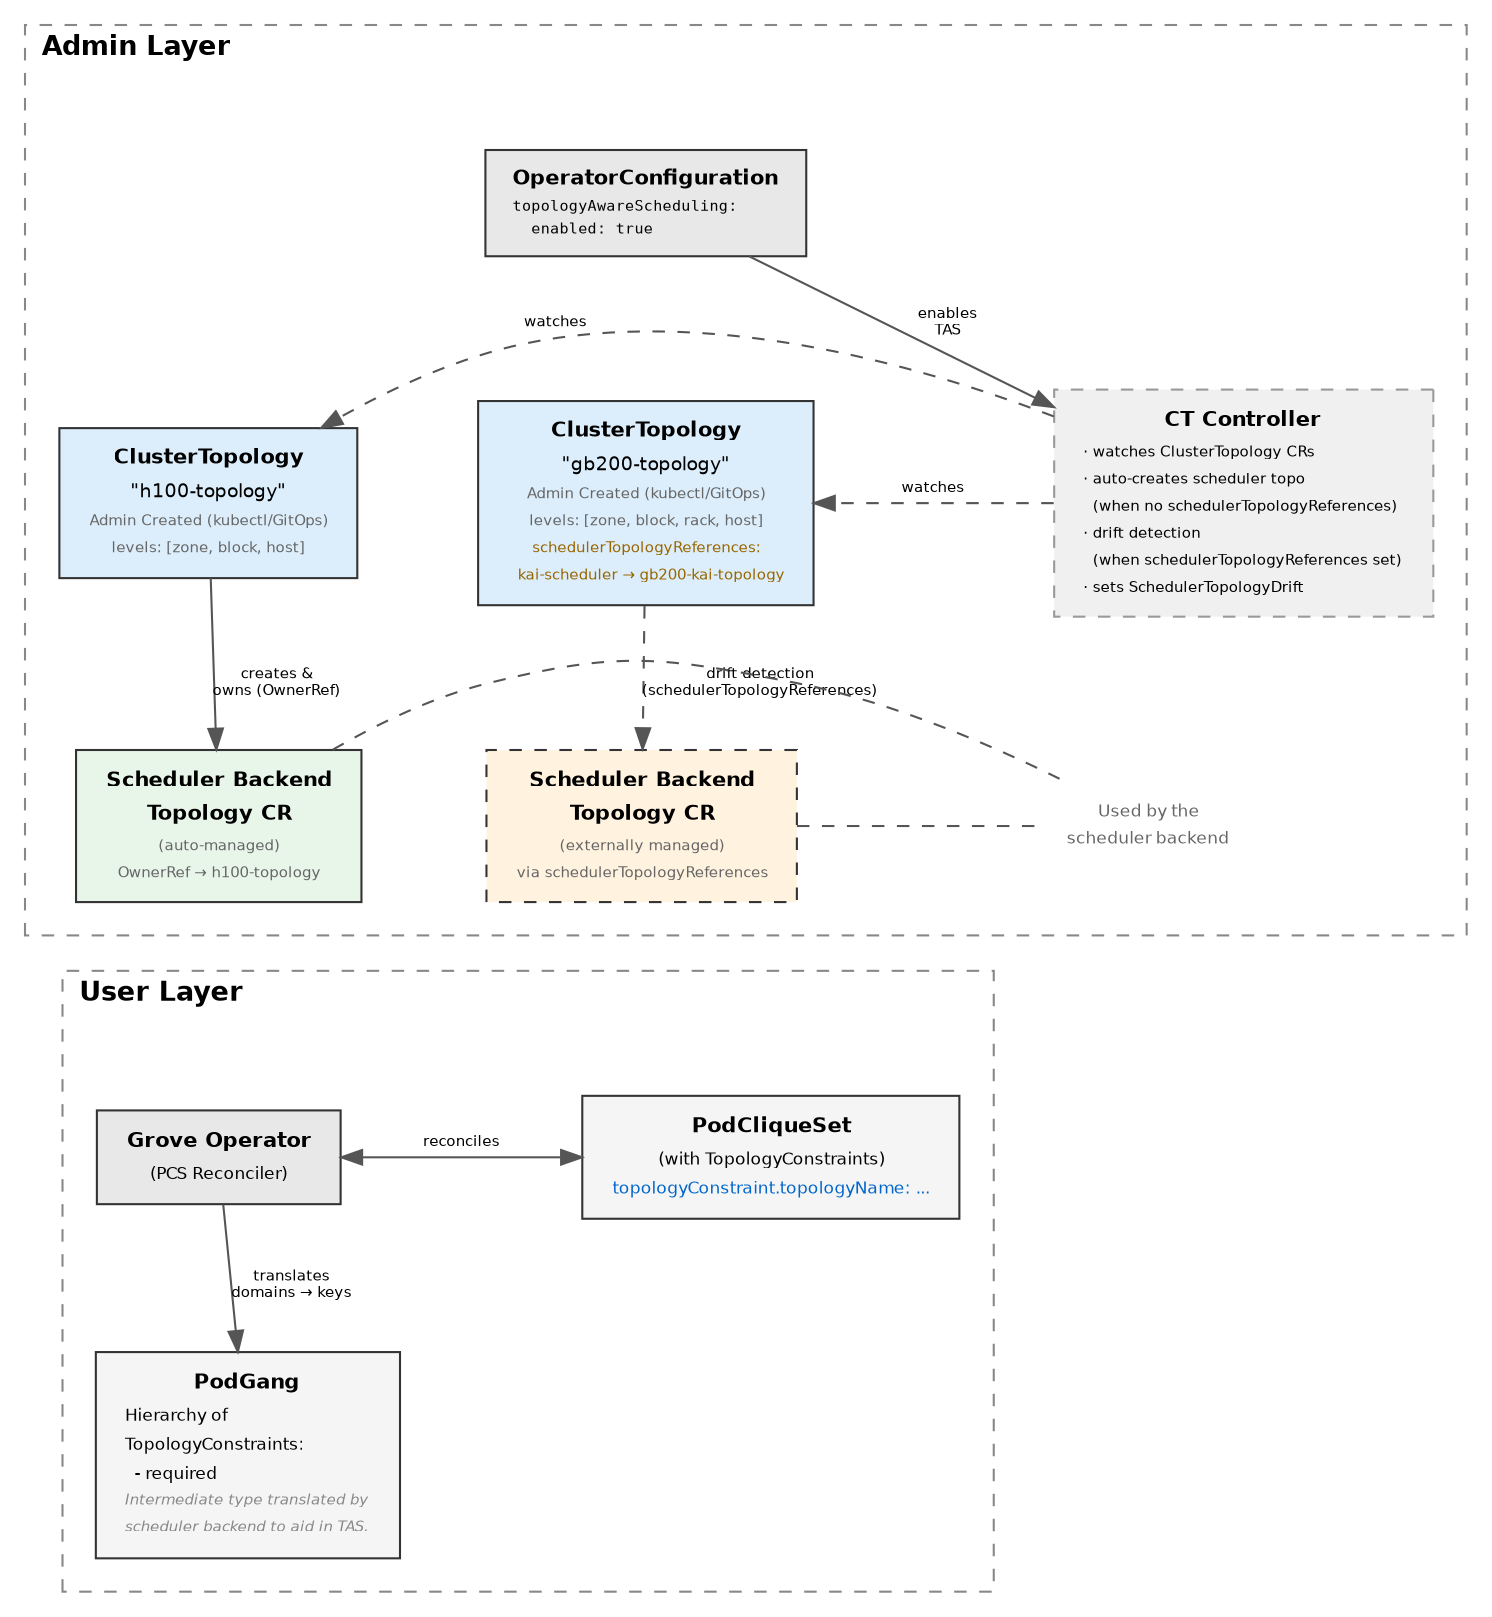
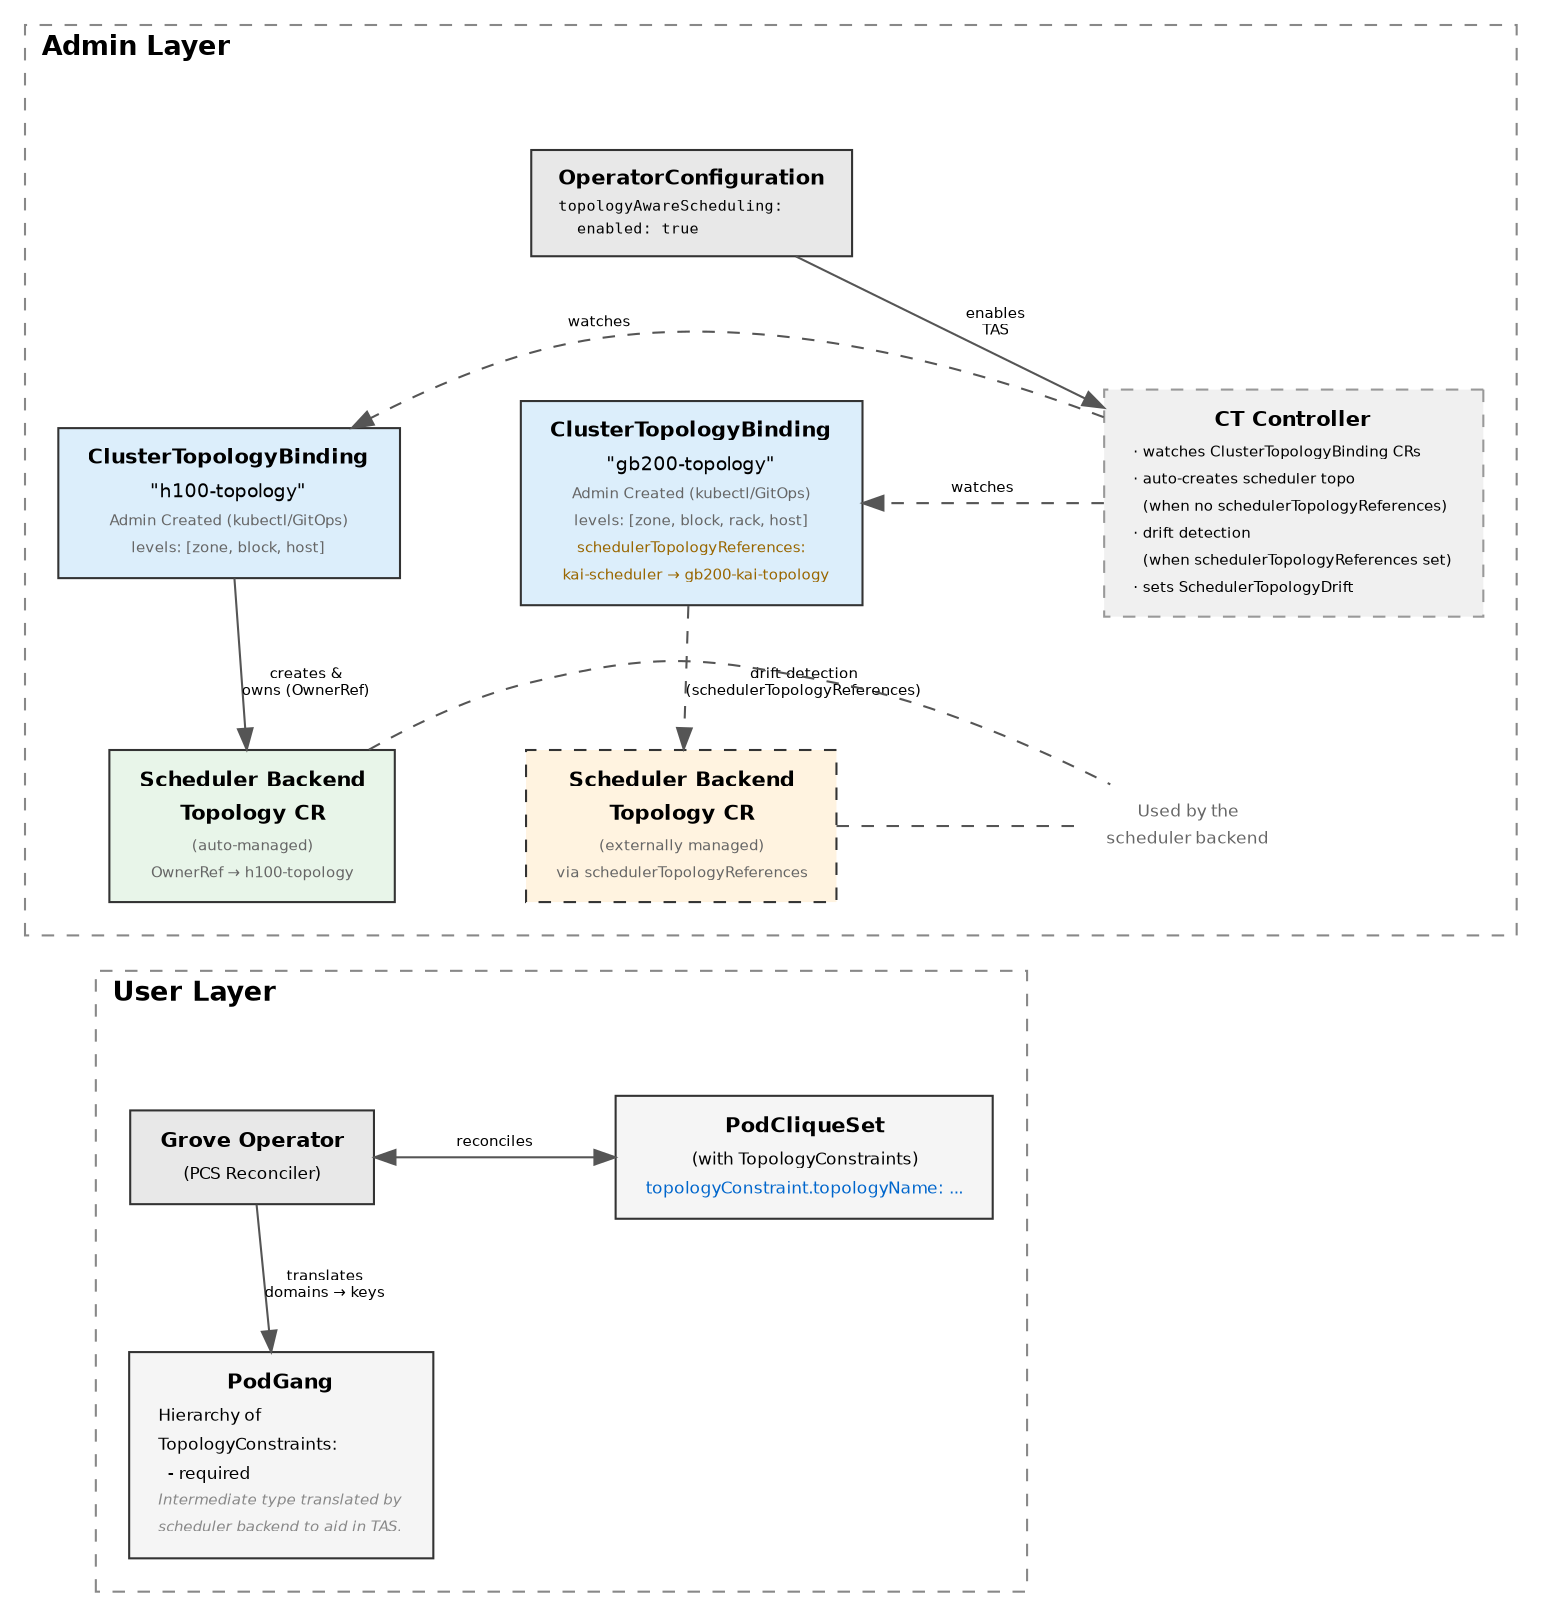
digraph TASArchitecture {
    // Global settings
    rankdir=TB;
    fontname="Helvetica";
    fontsize=11;
    node [fontname="Helvetica", fontsize=10, shape=box, style="filled", fillcolor="#f5f5f5", color="#333333", margin="0.15,0.1"];
    edge [fontname="Helvetica", fontsize=7, color="#555555"];
    nodesep=0.8;
    ranksep=0.65;
    newrank=true;

    // ===== ADMIN LAYER =====
    subgraph cluster_admin {
        label="Admin Layer";
        labeljust="l";
        labelloc="t";
        fontsize=13;
        fontname="Helvetica-Bold";
        style="dashed";
        color="#888888";
        bgcolor="#ffffff";
        margin="16";

        // Row 1: OperatorConfiguration (simplified — just the TAS flag)
        opconfig [
            label=<
            <TABLE BORDER="0" CELLBORDER="0" CELLSPACING="1" CELLPADDING="1">
            <TR><TD><B>OperatorConfiguration</B></TD></TR>
            <TR><TD ALIGN="LEFT"><FONT POINT-SIZE="7.5" FACE="Courier">topologyAwareScheduling:</FONT></TD></TR>
            <TR><TD ALIGN="LEFT"><FONT POINT-SIZE="7.5" FACE="Courier">  enabled: true</FONT></TD></TR>
            </TABLE>>,
            shape=box,
            fillcolor="#e8e8e8"
        ];

        // Row 2: ClusterTopologies + CT Controller
        ct_h100 [
            label=<
            <TABLE BORDER="0" CELLBORDER="0" CELLSPACING="1" CELLPADDING="2">
-             <TR><TD><B>ClusterTopology</B></TD></TR>
+             <TR><TD><B>ClusterTopologyBinding</B></TD></TR>
            <TR><TD><FONT POINT-SIZE="9">"h100-topology"</FONT></TD></TR>
            <TR><TD><FONT POINT-SIZE="7" COLOR="#666666">Admin Created (kubectl/GitOps)</FONT></TD></TR>
            <TR><TD><FONT POINT-SIZE="7" COLOR="#666666">levels: [zone, block, host]</FONT></TD></TR>
            </TABLE>>,
            fillcolor="#dceefb"
        ];

        ct_gb200 [
            label=<
            <TABLE BORDER="0" CELLBORDER="0" CELLSPACING="1" CELLPADDING="2">
-             <TR><TD><B>ClusterTopology</B></TD></TR>
+             <TR><TD><B>ClusterTopologyBinding</B></TD></TR>
            <TR><TD><FONT POINT-SIZE="9">"gb200-topology"</FONT></TD></TR>
            <TR><TD><FONT POINT-SIZE="7" COLOR="#666666">Admin Created (kubectl/GitOps)</FONT></TD></TR>
            <TR><TD><FONT POINT-SIZE="7" COLOR="#666666">levels: [zone, block, rack, host]</FONT></TD></TR>
            <TR><TD><FONT POINT-SIZE="7" COLOR="#996600">schedulerTopologyReferences:</FONT></TD></TR>
            <TR><TD><FONT POINT-SIZE="7" COLOR="#996600">  kai-scheduler → gb200-kai-topology</FONT></TD></TR>
            </TABLE>>,
            fillcolor="#dceefb"
        ];

        ct_controller [
            label=<
            <TABLE BORDER="0" CELLBORDER="0" CELLSPACING="1" CELLPADDING="2">
            <TR><TD><B>CT Controller</B></TD></TR>
-             <TR><TD ALIGN="LEFT"><FONT POINT-SIZE="7">· watches ClusterTopology CRs</FONT></TD></TR>
+             <TR><TD ALIGN="LEFT"><FONT POINT-SIZE="7">· watches ClusterTopologyBinding CRs</FONT></TD></TR>
            <TR><TD ALIGN="LEFT"><FONT POINT-SIZE="7">· auto-creates scheduler topo</FONT></TD></TR>
            <TR><TD ALIGN="LEFT"><FONT POINT-SIZE="7">  (when no schedulerTopologyReferences)</FONT></TD></TR>
            <TR><TD ALIGN="LEFT"><FONT POINT-SIZE="7">· drift detection</FONT></TD></TR>
            <TR><TD ALIGN="LEFT"><FONT POINT-SIZE="7">  (when schedulerTopologyReferences set)</FONT></TD></TR>
            <TR><TD ALIGN="LEFT"><FONT POINT-SIZE="7">· sets SchedulerTopologyDrift</FONT></TD></TR>
            </TABLE>>,
            shape=box,
            style="filled,dashed",
            fillcolor="#f0f0f0",
            color="#999999"
        ];

        // Row 3: Scheduler Backend Topology CRs
        sched_h100 [
            label=<
            <TABLE BORDER="0" CELLBORDER="0" CELLSPACING="1" CELLPADDING="2">
            <TR><TD><B>Scheduler Backend</B></TD></TR>
            <TR><TD><B>Topology CR</B></TD></TR>
            <TR><TD><FONT POINT-SIZE="7" COLOR="#666666">(auto-managed)</FONT></TD></TR>
            <TR><TD><FONT POINT-SIZE="7" COLOR="#666666">OwnerRef → h100-topology</FONT></TD></TR>
            </TABLE>>,
            fillcolor="#e8f5e9"
        ];

        sched_gb200 [
            label=<
            <TABLE BORDER="0" CELLBORDER="0" CELLSPACING="1" CELLPADDING="2">
            <TR><TD><B>Scheduler Backend</B></TD></TR>
            <TR><TD><B>Topology CR</B></TD></TR>
            <TR><TD><FONT POINT-SIZE="7" COLOR="#666666">(externally managed)</FONT></TD></TR>
            <TR><TD><FONT POINT-SIZE="7" COLOR="#666666">via schedulerTopologyReferences</FONT></TD></TR>
            </TABLE>>,
            fillcolor="#fff3e0",
            style="filled,dashed"
        ];

        scheduler_label [
            label=<
            <TABLE BORDER="0" CELLBORDER="0" CELLSPACING="0">
            <TR><TD><FONT POINT-SIZE="8" COLOR="#666666">Used by the</FONT></TD></TR>
            <TR><TD><FONT POINT-SIZE="8" COLOR="#666666">scheduler backend</FONT></TD></TR>
            </TABLE>>,
            shape=plaintext,
            fillcolor="transparent",
            style=""
        ];

        // Row ranking within admin
        {rank=same; ct_h100; ct_gb200; ct_controller}
        {rank=same; sched_h100; sched_gb200; scheduler_label}
    }

    // ===== USER LAYER =====
    subgraph cluster_user {
        label="User Layer";
        labeljust="l";
        labelloc="t";
        fontsize=13;
        fontname="Helvetica-Bold";
        style="dashed";
        color="#888888";
        bgcolor="#ffffff";
        margin="16";

        grove_operator [
            label=<
            <TABLE BORDER="0" CELLBORDER="0" CELLSPACING="1" CELLPADDING="2">
            <TR><TD><B>Grove Operator</B></TD></TR>
            <TR><TD><FONT POINT-SIZE="8">(PCS Reconciler)</FONT></TD></TR>
            </TABLE>>,
            fillcolor="#e8e8e8"
        ];

        pcs [
            label=<
            <TABLE BORDER="0" CELLBORDER="0" CELLSPACING="1" CELLPADDING="2">
            <TR><TD><B>PodCliqueSet</B></TD></TR>
            <TR><TD><FONT POINT-SIZE="8">(with TopologyConstraints)</FONT></TD></TR>
            <TR><TD><FONT POINT-SIZE="8" COLOR="#0066cc">topologyConstraint.topologyName: ...</FONT></TD></TR>
            </TABLE>>,
            fillcolor="#f5f5f5"
        ];

        podgang [
            label=<
            <TABLE BORDER="0" CELLBORDER="0" CELLSPACING="1" CELLPADDING="2">
            <TR><TD><B>PodGang</B></TD></TR>
            <TR><TD ALIGN="LEFT"><FONT POINT-SIZE="8">Hierarchy of</FONT></TD></TR>
            <TR><TD ALIGN="LEFT"><FONT POINT-SIZE="8">TopologyConstraints:</FONT></TD></TR>
            <TR><TD ALIGN="LEFT"><FONT POINT-SIZE="8">  - required</FONT></TD></TR>
            <TR><TD><FONT POINT-SIZE="7" COLOR="#888888"><I>Intermediate type translated by</I></FONT></TD></TR>
            <TR><TD><FONT POINT-SIZE="7" COLOR="#888888"><I>scheduler backend to aid in TAS.</I></FONT></TD></TR>
            </TABLE>>,
            fillcolor="#f5f5f5"
        ];

        {rank=same; grove_operator; pcs}
    }

    // ===== EDGES =====

    // Admin Layer: OperatorConfiguration -> CT Controller
    opconfig -> ct_controller [label="  enables\n  TAS"];

    // Layout: keep CTs below OperatorConfiguration
    opconfig -> ct_h100 [style=invis];
    opconfig -> ct_gb200 [style=invis];

    // Admin Layer: CT Controller watches ClusterTopologies
    ct_controller -> ct_h100 [label="watches", style=dashed, constraint=false];
    ct_controller -> ct_gb200 [label="watches", style=dashed, constraint=false];

-     // Admin Layer: ClusterTopology -> Scheduler Backend
+     // Admin Layer: ClusterTopologyBinding -> Scheduler Backend
    ct_h100 -> sched_h100 [label="creates &\nowns (OwnerRef)"];
    ct_gb200 -> sched_gb200 [label="drift detection\n(schedulerTopologyReferences)", style=dashed];

    // Admin Layer: Scheduler Backend -> label
    sched_h100 -> scheduler_label [style=dashed, arrowhead=none];
    sched_gb200 -> scheduler_label [style=dashed, arrowhead=none];

    // User Layer internal
    grove_operator -> pcs [label="reconciles", dir=both];
    grove_operator -> podgang [label="translates\ndomains → keys"];

    // Layout: force user layer below admin layer
    sched_h100 -> grove_operator [style=invis];
}
